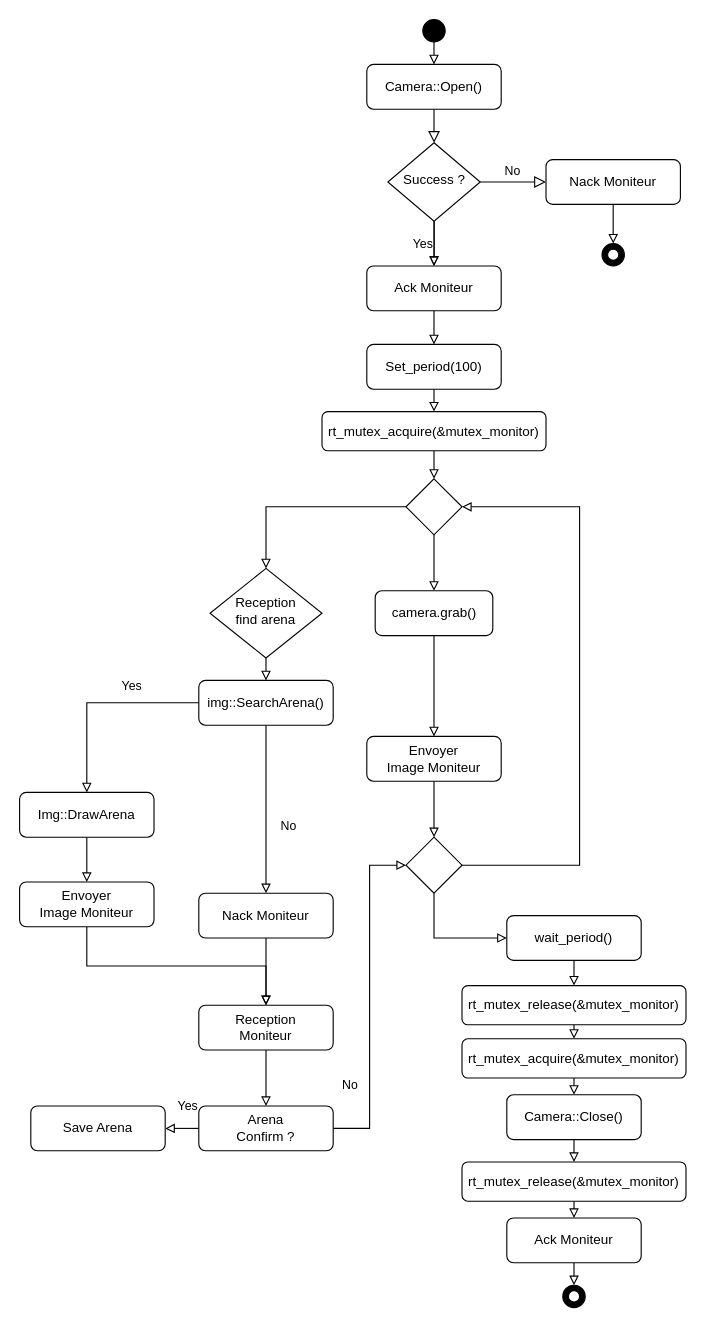
Earlier version of the draw.io diagram Conception/Thread Camera.drawio (Rayanem/Temps_reel). Source tidied: cells renumbered, new cells numbered last; positions are measured from the earlier drawing's top-left corner, leaving out a move shared by most shapes. Both pictures are drawn from the tidied source at 112%, with x=0, y=0 at pixel (19, 19).
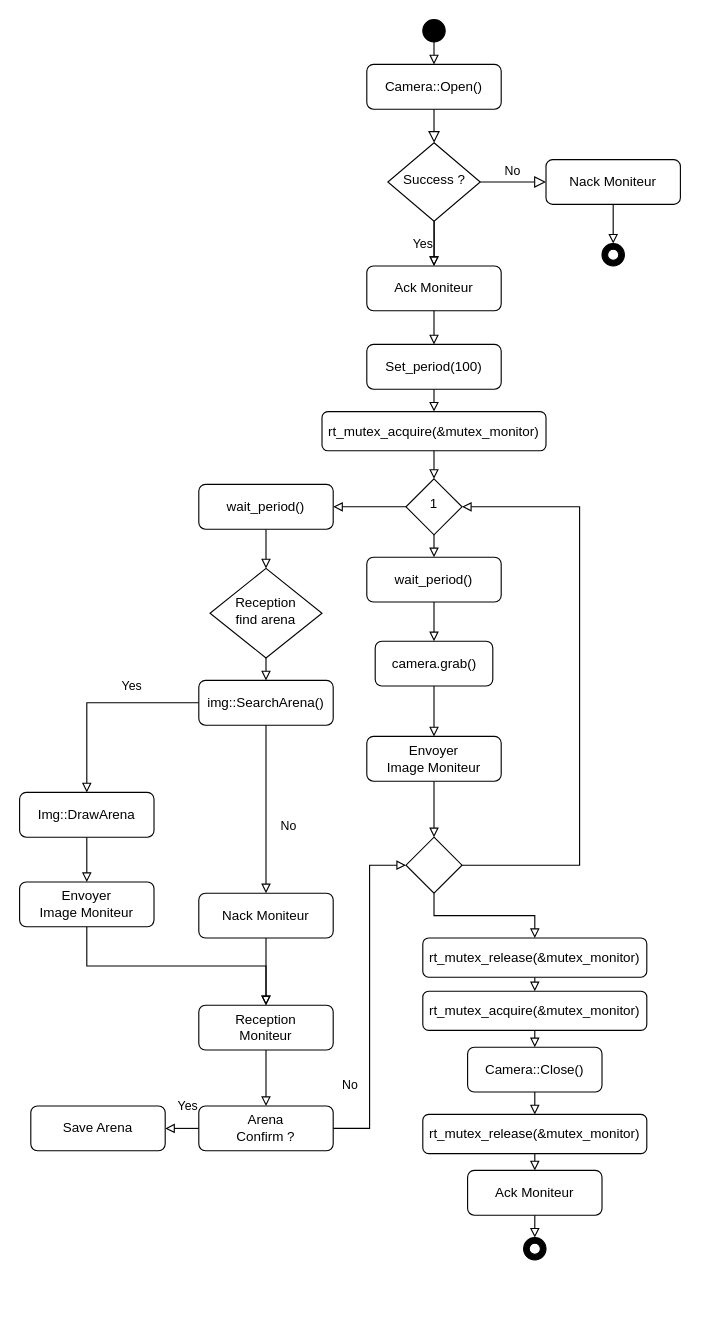
After the change.

Unchanged cells that the change refers to:
```xml
<mxCell id="20" value="&lt;div&gt;Reception&lt;/div&gt;&lt;div&gt;find arena&lt;br&gt;&lt;/div&gt;" style="rhombus;whiteSpace=wrap;html=1;shadow=0;fontFamily=Helvetica;fontSize=12;align=center;strokeWidth=1;spacing=6;spacingTop=-4;" parent="1" vertex="1">
  <mxGeometry x="170" y="490" width="100" height="80" as="geometry" />
</mxCell>
<mxCell id="25" style="rhombus;whiteSpace=wrap;html=1;shadow=0;fontFamily=Helvetica;fontSize=12;align=center;strokeWidth=1;spacing=6;spacingTop=-4;" parent="1" vertex="1">
  <mxGeometry x="345" y="730" width="50" height="50" as="geometry" />
</mxCell>
```

The edit, as a diff of the source:
```diff
@@
-    <mxCell id="11" style="edgeStyle=orthogonalEdgeStyle;rounded=0;jettySize=auto;html=1;exitX=0.5;exitY=1;exitDx=0;exitDy=0;entryX=0.5;entryY=0;entryDx=0;entryDy=0;endArrow=block;endFill=0;" parent="1" edge="1" source="13" target="46">
-      <mxGeometry relative="1" as="geometry" />
-    </mxCell>
-    <mxCell id="12" style="edgeStyle=orthogonalEdgeStyle;rounded=0;jettySize=auto;html=1;exitX=0;exitY=0.5;exitDx=0;exitDy=0;entryX=0.5;entryY=0;entryDx=0;entryDy=0;endArrow=block;endFill=0;" parent="1" edge="1" source="13" target="20">
-      <mxGeometry relative="1" as="geometry" />
-    </mxCell>
+    <mxCell id="63" style="edgeStyle=orthogonalEdgeStyle;rounded=0;jettySize=auto;html=1;exitX=0.5;exitY=1;exitDx=0;exitDy=0;entryX=0.5;entryY=0;entryDx=0;entryDy=0;endArrow=block;endFill=0;" parent="1" edge="1" source="13" target="66">
+      <mxGeometry relative="1" as="geometry" />
+    </mxCell>
+    <mxCell id="64" style="edgeStyle=orthogonalEdgeStyle;rounded=0;jettySize=auto;html=1;exitX=0;exitY=0.5;exitDx=0;exitDy=0;entryX=1;entryY=0.5;entryDx=0;entryDy=0;endArrow=block;endFill=0;" parent="1" edge="1" source="13" target="68">
+      <mxGeometry relative="1" as="geometry" />
+    </mxCell>
-    <mxCell id="13" style="rhombus;whiteSpace=wrap;html=1;shadow=0;fontFamily=Helvetica;fontSize=12;align=center;strokeWidth=1;spacing=6;spacingTop=-4;" parent="1" vertex="1">
+    <mxCell id="13" value="1" style="rhombus;whiteSpace=wrap;html=1;shadow=0;fontFamily=Helvetica;fontSize=12;align=center;strokeWidth=1;spacing=6;spacingTop=-4;" parent="1" vertex="1">
       <mxGeometry x="345" y="410" width="50" height="50" as="geometry" />
     </mxCell>
@@
-    <mxCell id="24" style="edgeStyle=orthogonalEdgeStyle;rounded=0;jettySize=auto;html=1;exitX=0.5;exitY=1;exitDx=0;exitDy=0;entryX=0;entryY=0.5;entryDx=0;entryDy=0;endArrow=block;endFill=0;" parent="1" edge="1" source="25" target="56">
+    <mxCell id="24" style="edgeStyle=orthogonalEdgeStyle;rounded=0;jettySize=auto;html=1;exitX=0.5;exitY=1;exitDx=0;exitDy=0;entryX=0.5;entryY=0;entryDx=0;entryDy=0;endArrow=block;endFill=0;" parent="1" edge="1" source="25" target="54">
       <mxGeometry relative="1" as="geometry" />
     </mxCell>
@@
     <mxCell id="46" value="camera.grab()" style="rounded=1;whiteSpace=wrap;html=1;fontSize=12;glass=0;strokeWidth=1;shadow=0;" parent="1" vertex="1">
-      <mxGeometry x="317.5" y="510" width="105" height="40" as="geometry" />
+      <mxGeometry x="317.5" y="555" width="105" height="40" as="geometry" />
     </mxCell>
     <mxCell id="47" style="ellipse;whiteSpace=wrap;html=1;fillColor=#000000;" parent="1" vertex="1">
-      <mxGeometry x="485" y="1130" width="20" height="20" as="geometry" />
+      <mxGeometry x="450" y="1087.5" width="20" height="20" as="geometry" />
     </mxCell>
     <mxCell id="48" style="ellipse;whiteSpace=wrap;html=1;" parent="1" vertex="1">
-      <mxGeometry x="490" y="1135" width="10" height="10" as="geometry" />
+      <mxGeometry x="455" y="1092.5" width="10" height="10" as="geometry" />
     </mxCell>
@@
     <mxCell id="50" value="Camera::Close()" style="rounded=1;whiteSpace=wrap;html=1;fontSize=12;glass=0;strokeWidth=1;shadow=0;" parent="1" vertex="1">
-      <mxGeometry x="435" y="960" width="120" height="40" as="geometry" />
+      <mxGeometry x="400" y="917.5" width="120" height="40" as="geometry" />
     </mxCell>
@@
     <mxCell id="52" value="Ack Moniteur" style="rounded=1;whiteSpace=wrap;html=1;" parent="1" vertex="1">
-      <mxGeometry x="435" y="1070" width="120" height="40" as="geometry" />
+      <mxGeometry x="400" y="1027.5" width="120" height="40" as="geometry" />
     </mxCell>
@@
     <mxCell id="54" value="&lt;div&gt;rt_mutex_release(&amp;amp;mutex_monitor)&lt;/div&gt;" style="rounded=1;whiteSpace=wrap;html=1;fontSize=12;glass=0;strokeWidth=1;shadow=0;" parent="1" vertex="1">
-      <mxGeometry x="395" y="862.5" width="200" height="35" as="geometry" />
+      <mxGeometry x="360" y="820" width="200" height="35" as="geometry" />
     </mxCell>
-    <mxCell id="55" style="edgeStyle=orthogonalEdgeStyle;rounded=0;jettySize=auto;html=1;exitX=0.5;exitY=1;exitDx=0;exitDy=0;entryX=0.5;entryY=0;entryDx=0;entryDy=0;endArrow=block;endFill=0;" parent="1" edge="1" source="56" target="54">
-      <mxGeometry relative="1" as="geometry" />
-    </mxCell>
-    <mxCell id="56" value="wait_period()" style="rounded=1;whiteSpace=wrap;html=1;fontSize=12;glass=0;strokeWidth=1;shadow=0;" parent="1" vertex="1">
-      <mxGeometry x="435" y="800" width="120" height="40" as="geometry" />
-    </mxCell>
@@
     <mxCell id="58" value="&lt;div&gt;rt_mutex_acquire(&amp;amp;mutex_monitor)&lt;/div&gt;" style="rounded=1;whiteSpace=wrap;html=1;fontSize=12;glass=0;strokeWidth=1;shadow=0;" parent="1" vertex="1">
-      <mxGeometry x="395" y="910" width="200" height="35" as="geometry" />
+      <mxGeometry x="360" y="867.5" width="200" height="35" as="geometry" />
     </mxCell>
@@
     <mxCell id="60" value="&lt;div&gt;rt_mutex_release(&amp;amp;mutex_monitor)&lt;/div&gt;" style="rounded=1;whiteSpace=wrap;html=1;fontSize=12;glass=0;strokeWidth=1;shadow=0;" parent="1" vertex="1">
-      <mxGeometry x="395" y="1020" width="200" height="35" as="geometry" />
+      <mxGeometry x="360" y="977.5" width="200" height="35" as="geometry" />
     </mxCell>
@@
+    <mxCell id="65" style="edgeStyle=orthogonalEdgeStyle;rounded=0;jettySize=auto;html=1;exitX=0.5;exitY=1;exitDx=0;exitDy=0;entryX=0.5;entryY=0;entryDx=0;entryDy=0;endArrow=block;endFill=0;" parent="1" edge="1" source="66" target="46">
+      <mxGeometry relative="1" as="geometry" />
+    </mxCell>
+    <mxCell id="66" value="wait_period()" style="rounded=1;whiteSpace=wrap;html=1;fontSize=12;glass=0;strokeWidth=1;shadow=0;" parent="1" vertex="1">
+      <mxGeometry x="310" y="480" width="120" height="40" as="geometry" />
+    </mxCell>
+    <mxCell id="67" style="edgeStyle=orthogonalEdgeStyle;rounded=0;jettySize=auto;html=1;exitX=0.5;exitY=1;exitDx=0;exitDy=0;entryX=0.5;entryY=0;entryDx=0;entryDy=0;endArrow=block;endFill=0;" parent="1" edge="1" source="68" target="20">
+      <mxGeometry relative="1" as="geometry" />
+    </mxCell>
+    <mxCell id="68" value="wait_period()" style="rounded=1;whiteSpace=wrap;html=1;fontSize=12;glass=0;strokeWidth=1;shadow=0;" parent="1" vertex="1">
+      <mxGeometry x="160" y="415" width="120" height="40" as="geometry" />
+    </mxCell>
```
